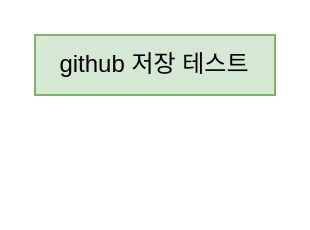
rareram/rareram.github.io keeps this draw.io diagram as helloworld.drawio. Above is the earlier version. Source tidied: cells renumbered, new cells numbered last; positions are measured from the earlier drawing's top-left corner, leaving out a move shared by most shapes. Both pictures are drawn from the tidied source at 200%, with x=0, y=0 at pixel (34, 34).
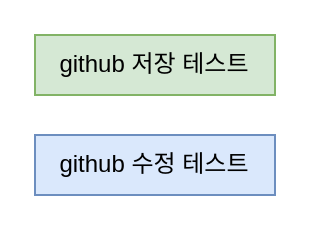
Above is the later version.

The edit, as a diff of the source:
```diff
@@
 <mxGraphModel>
   <root>
     <mxCell id="0" />
     <mxCell id="1" parent="0" />
     <mxCell id="2" value="github 저장 테스트" style="text;html=1;strokeColor=#82b366;fillColor=#d5e8d4;align=center;verticalAlign=middle;whiteSpace=wrap;rounded=0;" parent="1" vertex="1">
       <mxGeometry width="120" height="30" as="geometry" />
     </mxCell>
+    <mxCell id="3" value="github 수정 테스트" style="text;html=1;strokeColor=#6c8ebf;fillColor=#dae8fc;align=center;verticalAlign=middle;whiteSpace=wrap;rounded=0;" parent="1" vertex="1">
+      <mxGeometry y="50" width="120" height="30" as="geometry" />
+    </mxCell>
   </root>
 </mxGraphModel>
```
